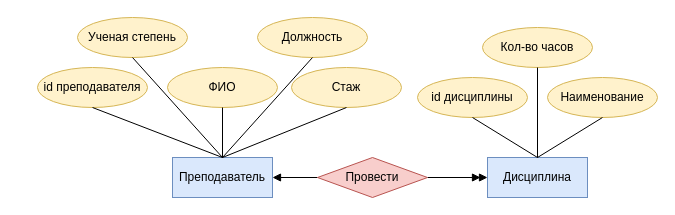
The draw.io diagram draw_io/БД.drawio in Dimj1k/Works, before the edit. Source tidied: cells renumbered, new cells numbered last; positions are measured from the earlier drawing's top-left corner, leaving out a move shared by most shapes. Both pictures are drawn from the tidied source at 100%, with x=0, y=0 at pixel (37, 17).
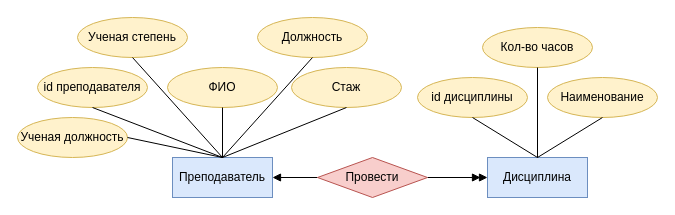
After the change.

The change refers to these unchanged cells:
```xml
<mxCell id="7" value="Преподаватель" style="whiteSpace=wrap;html=1;align=center;fillColor=#dae8fc;strokeColor=#6c8ebf;" parent="1" vertex="1">
  <mxGeometry x="135" y="140" width="100" height="40" as="geometry" />
</mxCell>
```

The edit, as a diff of the source:
```diff
@@
+    <mxCell id="23" value="Ученая должность" style="ellipse;whiteSpace=wrap;html=1;align=center;fillColor=#fff2cc;strokeColor=#d6b656;" parent="1" vertex="1">
+      <mxGeometry x="-20" y="100" width="110" height="40" as="geometry" />
+    </mxCell>
+    <mxCell id="24" style="endArrow=none;html=1;rounded=0;exitX=1;exitY=0.5;exitDx=0;exitDy=0;entryX=0.5;entryY=0;entryDx=0;entryDy=0;" parent="1" edge="1" source="23" target="7">
+      <mxGeometry relative="1" as="geometry" />
+    </mxCell>
```
